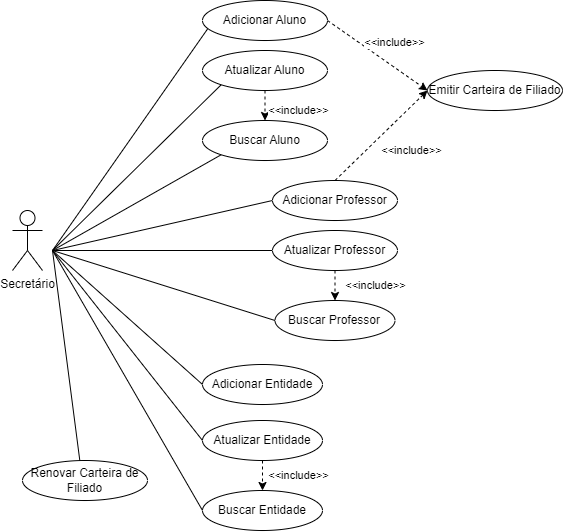
This is documentos/Diagrama de Casos de Uso.PNG from GabrielBueno200/SoftwareTestingProject, a draw.io export, as it was before one commit. Source tidied: cells renumbered, new cells last; positions are measured from the earlier drawing's top-left corner, leaving out a move shared by most shapes.
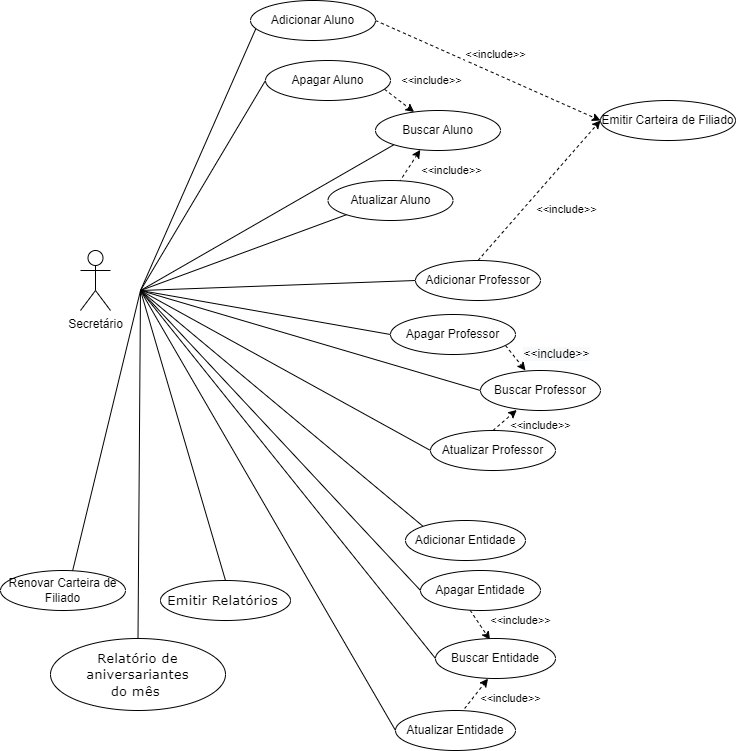
Above is the later version.

Commit message:
adicionados casos de uso faltantes ao diagrama

The edit, as a diff of the source:
```diff
@@ -3,130 +3,192 @@
     <mxCell id="0" />
     <mxCell id="1" parent="0" />
     <mxCell id="2" value="Secretário" style="shape=umlActor;verticalLabelPosition=bottom;verticalAlign=top;html=1;" parent="1" vertex="1">
-      <mxGeometry y="210" width="30" height="60" as="geometry" />
+      <mxGeometry x="-20" y="220" width="30" height="60" as="geometry" />
     </mxCell>
-    <mxCell id="3" style="edgeStyle=none;rounded=0;jettySize=auto;html=1;exitX=0;exitY=1;exitDx=0;exitDy=0;endArrow=none;endFill=0;" parent="1" edge="1" source="6">
-      <mxGeometry relative="1" as="geometry">
-        <mxPoint x="40" y="250" as="targetPoint" />
-      </mxGeometry>
-    </mxCell>
+    <mxCell id="34" style="edgeStyle=none;rounded=0;jettySize=auto;html=1;exitX=0;exitY=1;exitDx=0;exitDy=0;endArrow=none;endFill=0;" parent="1" edge="1" source="6">
+      <mxGeometry relative="1" as="geometry">
+        <mxPoint x="40" y="260" as="targetPoint" />
+      </mxGeometry>
+    </mxCell>
-    <mxCell id="4" style="edgeStyle=none;rounded=0;jettySize=auto;html=1;exitX=0.5;exitY=1;exitDx=0;exitDy=0;entryX=0.5;entryY=0;entryDx=0;entryDy=0;endArrow=classic;endFill=1;dashed=1;" parent="1" edge="1" source="6" target="8">
+    <mxCell id="4" style="edgeStyle=none;rounded=0;jettySize=auto;html=1;exitX=0.568;exitY=0.05;exitDx=0;exitDy=0;entryX=0.358;entryY=0.984;entryDx=0;entryDy=0;endArrow=classic;endFill=1;dashed=1;exitPerimeter=0;entryPerimeter=0;" parent="1" edge="1" source="6" target="8">
       <mxGeometry relative="1" as="geometry" />
     </mxCell>
-    <mxCell id="5" value="&amp;lt;&amp;lt;include&amp;gt;&amp;gt;" style="edgeLabel;html=1;align=center;verticalAlign=middle;" parent="4" vertex="1">
-      <mxGeometry x="-0.29" y="1" relative="1" as="geometry">
-        <mxPoint x="32" y="9" as="offset" />
-      </mxGeometry>
-    </mxCell>
+    <mxCell id="35" value="&amp;lt;&amp;lt;include&amp;gt;&amp;gt;" style="edgeLabel;html=1;align=center;verticalAlign=middle;" parent="4" vertex="1">
+      <mxGeometry x="-0.29" y="1" relative="1" as="geometry">
+        <mxPoint x="45" as="offset" />
+      </mxGeometry>
+    </mxCell>
     <mxCell id="6" value="Atualizar Aluno" style="ellipse;whiteSpace=wrap;html=1;" parent="1" vertex="1">
-      <mxGeometry x="190" y="50" width="125" height="40" as="geometry" />
+      <mxGeometry x="227.5" y="150" width="125" height="40" as="geometry" />
     </mxCell>
-    <mxCell id="7" style="edgeStyle=none;rounded=0;jettySize=auto;html=1;exitX=0;exitY=1;exitDx=0;exitDy=0;endArrow=none;endFill=0;" parent="1" edge="1" source="8">
-      <mxGeometry relative="1" as="geometry">
-        <mxPoint x="40" y="250" as="targetPoint" />
-      </mxGeometry>
-    </mxCell>
+    <mxCell id="36" style="edgeStyle=none;rounded=0;jettySize=auto;html=1;exitX=0;exitY=1;exitDx=0;exitDy=0;endArrow=none;endFill=0;" parent="1" edge="1" source="8">
+      <mxGeometry relative="1" as="geometry">
+        <mxPoint x="40" y="260" as="targetPoint" />
+      </mxGeometry>
+    </mxCell>
     <mxCell id="8" value="Buscar Aluno" style="ellipse;whiteSpace=wrap;html=1;" parent="1" vertex="1">
-      <mxGeometry x="190" y="120" width="125" height="40" as="geometry" />
+      <mxGeometry x="275" y="80" width="125" height="40" as="geometry" />
     </mxCell>
-    <mxCell id="9" style="edgeStyle=none;rounded=0;jettySize=auto;html=1;exitX=0;exitY=0.5;exitDx=0;exitDy=0;endArrow=none;endFill=0;" parent="1" edge="1" source="12">
-      <mxGeometry relative="1" as="geometry">
-        <mxPoint x="40" y="250" as="targetPoint" />
-      </mxGeometry>
-    </mxCell>
+    <mxCell id="37" style="edgeStyle=none;rounded=0;jettySize=auto;html=1;exitX=0;exitY=0.5;exitDx=0;exitDy=0;endArrow=none;endFill=0;" parent="1" edge="1" source="12">
+      <mxGeometry relative="1" as="geometry">
+        <mxPoint x="40" y="260" as="targetPoint" />
+      </mxGeometry>
+    </mxCell>
-    <mxCell id="10" style="edgeStyle=none;rounded=0;jettySize=auto;html=1;exitX=0.5;exitY=1;exitDx=0;exitDy=0;entryX=0.5;entryY=0;entryDx=0;entryDy=0;endArrow=classic;endFill=1;dashed=1;" parent="1" edge="1" source="12" target="14">
+    <mxCell id="10" style="edgeStyle=none;rounded=0;jettySize=auto;html=1;exitX=0.5;exitY=0;exitDx=0;exitDy=0;entryX=0.302;entryY=0.987;entryDx=0;entryDy=0;endArrow=classic;endFill=1;dashed=1;entryPerimeter=0;" parent="1" edge="1" source="12" target="14">
       <mxGeometry relative="1" as="geometry" />
     </mxCell>
-    <mxCell id="11" value="&amp;lt;&amp;lt;include&amp;gt;&amp;gt;" style="edgeLabel;html=1;align=center;verticalAlign=middle;" parent="10" vertex="1">
-      <mxGeometry x="0.39" y="2" relative="1" as="geometry">
-        <mxPoint x="38" y="-7" as="offset" />
-      </mxGeometry>
-    </mxCell>
+    <mxCell id="38" value="&amp;lt;&amp;lt;include&amp;gt;&amp;gt;" style="edgeLabel;html=1;align=center;verticalAlign=middle;" parent="10" vertex="1">
+      <mxGeometry x="0.39" y="2" relative="1" as="geometry">
+        <mxPoint x="32" y="10" as="offset" />
+      </mxGeometry>
+    </mxCell>
     <mxCell id="12" value="Atualizar Professor" style="ellipse;whiteSpace=wrap;html=1;" parent="1" vertex="1">
-      <mxGeometry x="260" y="230" width="125" height="40" as="geometry" />
+      <mxGeometry x="330" y="400" width="125" height="40" as="geometry" />
     </mxCell>
-    <mxCell id="13" style="edgeStyle=none;rounded=0;jettySize=auto;html=1;exitX=0;exitY=0.5;exitDx=0;exitDy=0;endArrow=none;endFill=0;" parent="1" edge="1" source="14">
-      <mxGeometry relative="1" as="geometry">
-        <mxPoint x="40" y="250" as="targetPoint" />
-      </mxGeometry>
-    </mxCell>
+    <mxCell id="39" style="edgeStyle=none;rounded=0;jettySize=auto;html=1;exitX=0;exitY=0.5;exitDx=0;exitDy=0;endArrow=none;endFill=0;" parent="1" edge="1" source="14">
+      <mxGeometry relative="1" as="geometry">
+        <mxPoint x="40" y="260" as="targetPoint" />
+      </mxGeometry>
+    </mxCell>
     <mxCell id="14" value="Buscar Professor" style="ellipse;whiteSpace=wrap;html=1;" parent="1" vertex="1">
-      <mxGeometry x="262.5" y="300" width="120" height="40" as="geometry" />
+      <mxGeometry x="380" y="340" width="120" height="40" as="geometry" />
     </mxCell>
-    <mxCell id="15" style="edgeStyle=none;rounded=0;jettySize=auto;html=1;exitX=0;exitY=0.5;exitDx=0;exitDy=0;endArrow=none;endFill=0;" parent="1" edge="1" source="16">
-      <mxGeometry relative="1" as="geometry">
-        <mxPoint x="40" y="250" as="targetPoint" />
-      </mxGeometry>
-    </mxCell>
-    <mxCell id="16" value="Adicionar Entidade" style="ellipse;whiteSpace=wrap;html=1;" parent="1" vertex="1">
-      <mxGeometry x="190" y="364" width="120" height="40" as="geometry" />
-    </mxCell>
-    <mxCell id="17" style="edgeStyle=none;rounded=0;jettySize=auto;html=1;exitX=0.044;exitY=0.696;exitDx=0;exitDy=0;endArrow=none;endFill=0;exitPerimeter=0;" parent="1" edge="1" source="20">
-      <mxGeometry relative="1" as="geometry">
-        <mxPoint x="40" y="250" as="targetPoint" />
-      </mxGeometry>
-    </mxCell>
+    <mxCell id="40" style="edgeStyle=none;rounded=0;jettySize=auto;html=1;exitX=0;exitY=0.5;exitDx=0;exitDy=0;endArrow=none;endFill=0;" parent="1" edge="1" source="43">
+      <mxGeometry relative="1" as="geometry">
+        <mxPoint x="40" y="260" as="targetPoint" />
+      </mxGeometry>
+    </mxCell>
+    <mxCell id="41" style="edgeStyle=none;rounded=0;jettySize=auto;html=1;exitX=0.413;exitY=0.992;exitDx=0;exitDy=0;entryX=0.454;entryY=0.033;entryDx=0;entryDy=0;dashed=1;endArrow=classic;endFill=1;entryPerimeter=0;exitPerimeter=0;" parent="1" edge="1" source="43" target="30">
+      <mxGeometry relative="1" as="geometry" />
+    </mxCell>
+    <mxCell id="42" value="&amp;lt;&amp;lt;include&amp;gt;&amp;gt;" style="edgeLabel;html=1;align=center;verticalAlign=middle;" parent="41" vertex="1">
+      <mxGeometry x="0.2" relative="1" as="geometry">
+        <mxPoint x="38" y="-8" as="offset" />
+      </mxGeometry>
+    </mxCell>
+    <mxCell id="43" value="Apagar Entidade" style="ellipse;whiteSpace=wrap;html=1;" parent="1" vertex="1">
+      <mxGeometry x="320" y="540" width="120" height="40" as="geometry" />
+    </mxCell>
+    <mxCell id="44" style="edgeStyle=none;rounded=0;jettySize=auto;html=1;exitX=0.044;exitY=0.696;exitDx=0;exitDy=0;endArrow=none;endFill=0;exitPerimeter=0;" parent="1" edge="1" source="20">
+      <mxGeometry relative="1" as="geometry">
+        <mxPoint x="40" y="260" as="targetPoint" />
+      </mxGeometry>
+    </mxCell>
     <mxCell id="18" style="edgeStyle=none;rounded=0;jettySize=auto;html=1;exitX=1;exitY=0.5;exitDx=0;exitDy=0;entryX=0;entryY=0.5;entryDx=0;entryDy=0;dashed=1;endArrow=classic;endFill=1;" parent="1" edge="1" source="20" target="31">
       <mxGeometry relative="1" as="geometry" />
     </mxCell>
-    <mxCell id="19" value="&amp;lt;&amp;lt;include&amp;gt;&amp;gt;" style="edgeLabel;html=1;align=center;verticalAlign=middle;" parent="18" vertex="1">
-      <mxGeometry x="-0.14" y="3" relative="1" as="geometry">
-        <mxPoint x="21" y="-7" as="offset" />
-      </mxGeometry>
-    </mxCell>
+    <mxCell id="45" value="&amp;lt;&amp;lt;include&amp;gt;&amp;gt;" style="edgeLabel;html=1;align=center;verticalAlign=middle;" parent="18" vertex="1">
+      <mxGeometry x="-0.14" y="3" relative="1" as="geometry">
+        <mxPoint x="21" y="-7" as="offset" />
+      </mxGeometry>
+    </mxCell>
     <mxCell id="20" value="Adicionar Aluno" style="ellipse;whiteSpace=wrap;html=1;" parent="1" vertex="1">
-      <mxGeometry x="190" width="125" height="40" as="geometry" />
+      <mxGeometry x="150" y="-30" width="125" height="40" as="geometry" />
     </mxCell>
-    <mxCell id="21" style="edgeStyle=none;rounded=0;jettySize=auto;html=1;exitX=0;exitY=0.5;exitDx=0;exitDy=0;endArrow=none;endFill=0;" parent="1" edge="1" source="24">
-      <mxGeometry relative="1" as="geometry">
-        <mxPoint x="40" y="250" as="targetPoint" />
-      </mxGeometry>
-    </mxCell>
+    <mxCell id="46" style="edgeStyle=none;rounded=0;jettySize=auto;html=1;exitX=0;exitY=0.5;exitDx=0;exitDy=0;endArrow=none;endFill=0;" parent="1" edge="1" source="24">
+      <mxGeometry relative="1" as="geometry">
+        <mxPoint x="40" y="260" as="targetPoint" />
+      </mxGeometry>
+    </mxCell>
     <mxCell id="22" style="edgeStyle=none;rounded=0;jettySize=auto;html=1;exitX=0.5;exitY=0;exitDx=0;exitDy=0;entryX=0;entryY=0.5;entryDx=0;entryDy=0;dashed=1;endArrow=classic;endFill=1;" parent="1" edge="1" source="24" target="31">
       <mxGeometry relative="1" as="geometry" />
     </mxCell>
-    <mxCell id="23" value="&amp;lt;&amp;lt;include&amp;gt;&amp;gt;" style="edgeLabel;html=1;align=center;verticalAlign=middle;" parent="22" vertex="1">
-      <mxGeometry x="-0.16" y="2" relative="1" as="geometry">
-        <mxPoint x="38" y="9" as="offset" />
-      </mxGeometry>
-    </mxCell>
+    <mxCell id="47" value="&amp;lt;&amp;lt;include&amp;gt;&amp;gt;" style="edgeLabel;html=1;align=center;verticalAlign=middle;" parent="22" vertex="1">
+      <mxGeometry x="-0.16" y="2" relative="1" as="geometry">
+        <mxPoint x="38" y="9" as="offset" />
+      </mxGeometry>
+    </mxCell>
     <mxCell id="24" value="Adicionar Professor" style="ellipse;whiteSpace=wrap;html=1;" parent="1" vertex="1">
-      <mxGeometry x="260" y="180" width="125" height="40" as="geometry" />
+      <mxGeometry x="315" y="230" width="125" height="40" as="geometry" />
     </mxCell>
-    <mxCell id="25" style="edgeStyle=none;rounded=0;jettySize=auto;html=1;exitX=0;exitY=0.5;exitDx=0;exitDy=0;endArrow=none;endFill=0;" parent="1" edge="1" source="28">
-      <mxGeometry relative="1" as="geometry">
-        <mxPoint x="40" y="250" as="targetPoint" />
-      </mxGeometry>
-    </mxCell>
+    <mxCell id="48" style="edgeStyle=none;rounded=0;jettySize=auto;html=1;exitX=0;exitY=0.5;exitDx=0;exitDy=0;endArrow=none;endFill=0;" parent="1" edge="1" source="28">
+      <mxGeometry relative="1" as="geometry">
+        <mxPoint x="40" y="260" as="targetPoint" />
+      </mxGeometry>
+    </mxCell>
-    <mxCell id="26" style="edgeStyle=none;rounded=0;jettySize=auto;html=1;exitX=0.5;exitY=1;exitDx=0;exitDy=0;entryX=0.5;entryY=0;entryDx=0;entryDy=0;endArrow=classic;endFill=1;dashed=1;" parent="1" edge="1" source="28" target="30">
+    <mxCell id="26" style="edgeStyle=none;rounded=0;jettySize=auto;html=1;exitX=0.576;exitY=-0.05;exitDx=0;exitDy=0;entryX=0.438;entryY=1.004;entryDx=0;entryDy=0;endArrow=classic;endFill=1;dashed=1;entryPerimeter=0;exitPerimeter=0;" parent="1" edge="1" source="28" target="30">
       <mxGeometry relative="1" as="geometry" />
     </mxCell>
-    <mxCell id="27" value="&amp;lt;&amp;lt;include&amp;gt;&amp;gt;" style="edgeLabel;html=1;align=center;verticalAlign=middle;" parent="26" vertex="1">
-      <mxGeometry x="-0.51" relative="1" as="geometry">
-        <mxPoint x="35" y="7" as="offset" />
-      </mxGeometry>
-    </mxCell>
+    <mxCell id="49" value="&amp;lt;&amp;lt;include&amp;gt;&amp;gt;" style="edgeLabel;html=1;align=center;verticalAlign=middle;" parent="26" vertex="1">
+      <mxGeometry x="-0.51" relative="1" as="geometry">
+        <mxPoint x="40" y="-3" as="offset" />
+      </mxGeometry>
+    </mxCell>
     <mxCell id="28" value="Atualizar Entidade" style="ellipse;whiteSpace=wrap;html=1;" parent="1" vertex="1">
-      <mxGeometry x="190" y="420" width="120" height="40" as="geometry" />
+      <mxGeometry x="295" y="680" width="120" height="40" as="geometry" />
     </mxCell>
-    <mxCell id="29" style="edgeStyle=none;rounded=0;jettySize=auto;html=1;exitX=0;exitY=0.5;exitDx=0;exitDy=0;endArrow=none;endFill=0;" parent="1" edge="1" source="30">
-      <mxGeometry relative="1" as="geometry">
-        <mxPoint x="40" y="250" as="targetPoint" />
-      </mxGeometry>
-    </mxCell>
+    <mxCell id="50" style="edgeStyle=none;rounded=0;jettySize=auto;html=1;exitX=0;exitY=0.5;exitDx=0;exitDy=0;endArrow=none;endFill=0;" parent="1" edge="1" source="30">
+      <mxGeometry relative="1" as="geometry">
+        <mxPoint x="40" y="260" as="targetPoint" />
+      </mxGeometry>
+    </mxCell>
     <mxCell id="30" value="Buscar Entidade" style="ellipse;whiteSpace=wrap;html=1;" parent="1" vertex="1">
-      <mxGeometry x="190" y="490" width="120" height="40" as="geometry" />
+      <mxGeometry x="335" y="608" width="120" height="40" as="geometry" />
     </mxCell>
     <mxCell id="31" value="Emitir Carteira de Filiado" style="ellipse;whiteSpace=wrap;html=1;" parent="1" vertex="1">
-      <mxGeometry x="415" y="70" width="135" height="40" as="geometry" />
+      <mxGeometry x="500" y="70" width="135" height="40" as="geometry" />
     </mxCell>
-    <mxCell id="32" style="edgeStyle=none;rounded=0;jettySize=auto;html=1;exitX=0.5;exitY=1;exitDx=0;exitDy=0;endArrow=none;endFill=0;" parent="1" edge="1" source="33">
-      <mxGeometry relative="1" as="geometry">
-        <mxPoint x="40" y="250" as="targetPoint" />
-      </mxGeometry>
-    </mxCell>
+    <mxCell id="51" style="edgeStyle=none;rounded=0;jettySize=auto;html=1;exitX=0.5;exitY=1;exitDx=0;exitDy=0;endArrow=none;endFill=0;" parent="1" edge="1" source="33">
+      <mxGeometry relative="1" as="geometry">
+        <mxPoint x="40" y="260" as="targetPoint" />
+      </mxGeometry>
+    </mxCell>
     <mxCell id="33" value="Renovar Carteira de Filiado" style="ellipse;whiteSpace=wrap;html=1;" parent="1" vertex="1">
-      <mxGeometry x="10" y="460" width="125" height="40" as="geometry" />
+      <mxGeometry x="-100" y="540" width="125" height="40" as="geometry" />
     </mxCell>
+    <mxCell id="52" style="rounded=0;jettySize=auto;html=1;exitX=0;exitY=0.5;exitDx=0;exitDy=0;endArrow=none;endFill=0;" parent="1" edge="1" source="54">
+      <mxGeometry relative="1" as="geometry">
+        <mxPoint x="40" y="260" as="targetPoint" />
+      </mxGeometry>
+    </mxCell>
+    <mxCell id="53" style="edgeStyle=none;rounded=0;jettySize=auto;html=1;exitX=0.951;exitY=0.717;exitDx=0;exitDy=0;endArrow=classic;endFill=1;dashed=1;exitPerimeter=0;" parent="1" edge="1" source="54" target="8">
+      <mxGeometry relative="1" as="geometry" />
+    </mxCell>
+    <mxCell id="54" value="Apagar Aluno" style="ellipse;whiteSpace=wrap;html=1;" parent="1" vertex="1">
+      <mxGeometry x="165" y="30" width="125" height="40" as="geometry" />
+    </mxCell>
+    <mxCell id="55" value="&amp;lt;&amp;lt;include&amp;gt;&amp;gt;" style="edgeLabel;html=1;align=center;verticalAlign=middle;" parent="1" vertex="1">
+      <mxGeometry x="330" y="50" as="geometry" />
+    </mxCell>
+    <mxCell id="56" style="edgeStyle=none;rounded=0;jettySize=auto;html=1;exitX=0;exitY=0.5;exitDx=0;exitDy=0;endArrow=none;endFill=0;" parent="1" edge="1" source="59">
+      <mxGeometry relative="1" as="geometry">
+        <mxPoint x="40" y="260" as="targetPoint" />
+      </mxGeometry>
+    </mxCell>
+    <mxCell id="57" style="edgeStyle=none;rounded=0;jettySize=auto;html=1;exitX=0.92;exitY=0.775;exitDx=0;exitDy=0;entryX=0.375;entryY=0;entryDx=0;entryDy=0;entryPerimeter=0;endArrow=classic;endFill=1;exitPerimeter=0;dashed=1;" parent="1" edge="1" source="59" target="14">
+      <mxGeometry relative="1" as="geometry" />
+    </mxCell>
+    <mxCell id="58" value="&lt;span style=&quot;font-size: 12px; background-color: rgb(248, 249, 250);&quot;&gt;&amp;lt;&amp;lt;include&amp;gt;&amp;gt;&lt;/span&gt;" style="edgeLabel;html=1;align=center;verticalAlign=middle;" parent="57" vertex="1">
+      <mxGeometry x="0.35" y="-1" relative="1" as="geometry">
+        <mxPoint x="38" y="-9" as="offset" />
+      </mxGeometry>
+    </mxCell>
+    <mxCell id="59" value="Apagar Professor" style="ellipse;whiteSpace=wrap;html=1;" parent="1" vertex="1">
+      <mxGeometry x="290" y="284" width="125" height="40" as="geometry" />
+    </mxCell>
+    <mxCell id="60" style="edgeStyle=none;rounded=0;jettySize=auto;html=1;exitX=0;exitY=0;exitDx=0;exitDy=0;endArrow=none;endFill=0;" parent="1" edge="1" source="16">
+      <mxGeometry relative="1" as="geometry">
+        <mxPoint x="40" y="260" as="targetPoint" />
+      </mxGeometry>
+    </mxCell>
+    <mxCell id="16" value="Adicionar Entidade" style="ellipse;whiteSpace=wrap;html=1;" parent="1" vertex="1">
+      <mxGeometry x="305" y="490" width="120" height="40" as="geometry" />
+    </mxCell>
+    <mxCell id="61" style="edgeStyle=none;rounded=0;jettySize=auto;html=1;exitX=0.5;exitY=0;exitDx=0;exitDy=0;endArrow=none;endFill=0;" parent="1" edge="1" source="62">
+      <mxGeometry relative="1" as="geometry">
+        <mxPoint x="40" y="260" as="targetPoint" />
+      </mxGeometry>
+    </mxCell>
+    <mxCell id="62" value="&lt;span style=&quot;font-size: 10pt; font-family: Verdana, sans-serif; background: white;&quot; lang=&quot;RU&quot;&gt;Relatório de aniversariantes&lt;br/&gt;do mês&amp;nbsp;&lt;/span&gt;" style="ellipse;whiteSpace=wrap;html=1;" parent="1" vertex="1">
+      <mxGeometry x="-50" y="608" width="175" height="72" as="geometry" />
+    </mxCell>
+    <mxCell id="63" style="edgeStyle=none;rounded=0;jettySize=auto;html=1;exitX=0.5;exitY=0;exitDx=0;exitDy=0;endArrow=none;endFill=0;" parent="1" edge="1" source="64">
+      <mxGeometry relative="1" as="geometry">
+        <mxPoint x="40" y="260" as="targetPoint" />
+      </mxGeometry>
+    </mxCell>
+    <mxCell id="64" value="&lt;span style=&quot;font-size: 10pt; font-family: Verdana, sans-serif; background: white;&quot; lang=&quot;RU&quot;&gt;Emitir Relatórios&amp;nbsp;&lt;/span&gt;" style="ellipse;whiteSpace=wrap;html=1;" parent="1" vertex="1">
+      <mxGeometry x="60" y="550" width="130" height="40" as="geometry" />
+    </mxCell>
   </root>
 </mxGraphModel>
```
